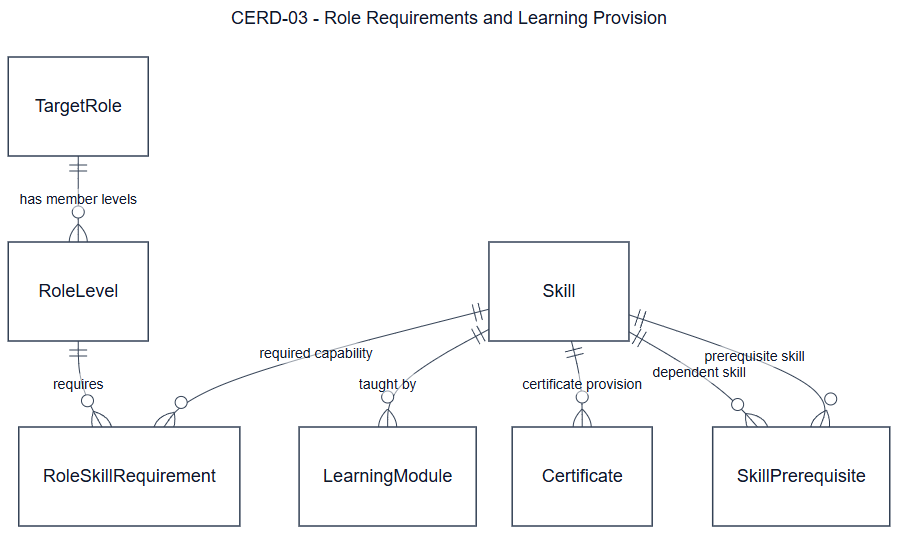
The Mermaid diagram documents/diagrams/mermaid/cerd-03.png in SEP490-Fall-2026-GFA26SE64/SEP490, before a commit. Its source is kept beside it as documents/diagrams/mermaid/cerd-03.mmd.
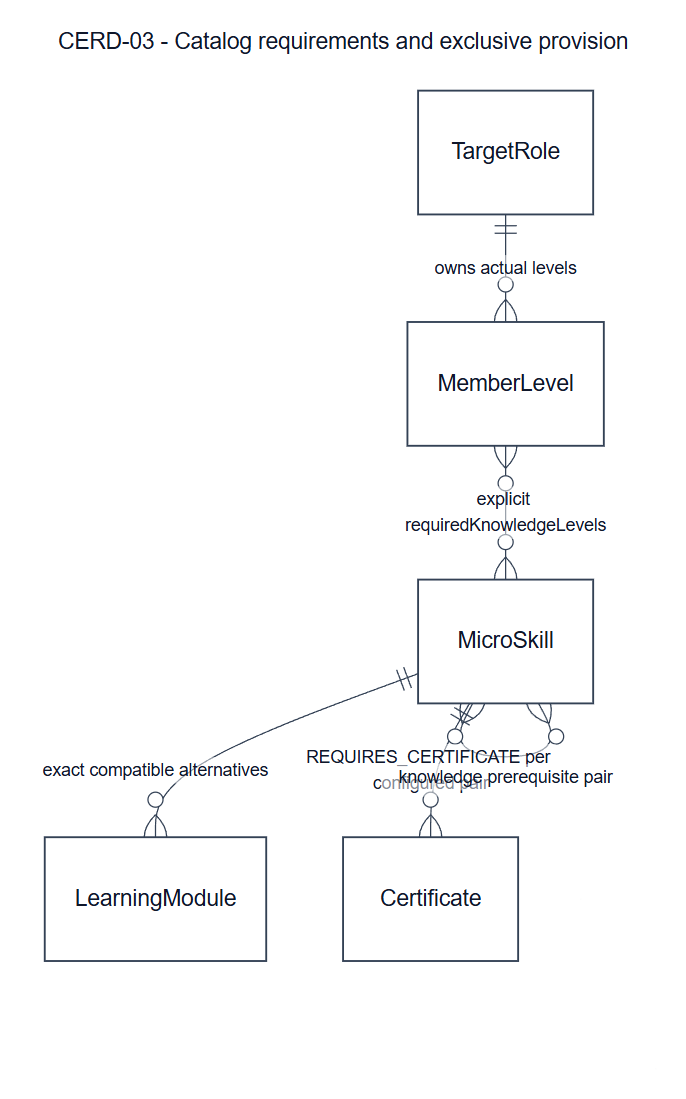
After the change.

What changed in the source:
```diff
@@ -1,5 +1,5 @@
 ---
-title: "CERD-03 - Role Requirements and Learning Provision"
+title: "CERD-03 - Catalog requirements and exclusive provision"
 config:
   layout: dagre
   look: classic
@@ -9,19 +9,11 @@
   themeVariables: {background: "#ffffff", primaryColor: "#ffffff", primaryTextColor: "#0f172a", primaryBorderColor: "#334155", lineColor: "#334155", textColor: "#0f172a", edgeLabelBackground: "#ffffff", fontSize: "18px"}
   er: {nodeSpacing: 36, rankSpacing: 65, minEntityWidth: 140, diagramPadding: 24}
 ---
+
 erDiagram
   direction TB
-  TargetRole["TargetRole"]
-  RoleLevel["RoleLevel"]
-  RoleSkillRequirement["RoleSkillRequirement"]
-  Skill["Skill"]
-  LearningModule["LearningModule"]
-  Certificate["Certificate"]
-  SkillPrerequisite["SkillPrerequisite"]
-  TargetRole ||--o{ RoleLevel : "has member levels"
-  RoleLevel ||--o{ RoleSkillRequirement : "requires"
-  Skill ||--o{ RoleSkillRequirement : "required capability"
-  Skill ||--o{ LearningModule : "taught by"
-  Skill ||--o{ Certificate : "certificate provision"
-  Skill ||--o{ SkillPrerequisite : "dependent skill"
-  Skill ||--o{ SkillPrerequisite : "prerequisite skill"
+  TargetRole ||--o{ MemberLevel : "owns actual levels"
+  MemberLevel }o--o{ MicroSkill : "explicit requiredKnowledgeLevels"
+  MicroSkill ||--o{ LearningModule : "exact compatible alternatives"
+  MicroSkill ||--o{ Certificate : "REQUIRES_CERTIFICATE per configured pair"
+  MicroSkill }o--o{ MicroSkill : "knowledge prerequisite pair"
```
